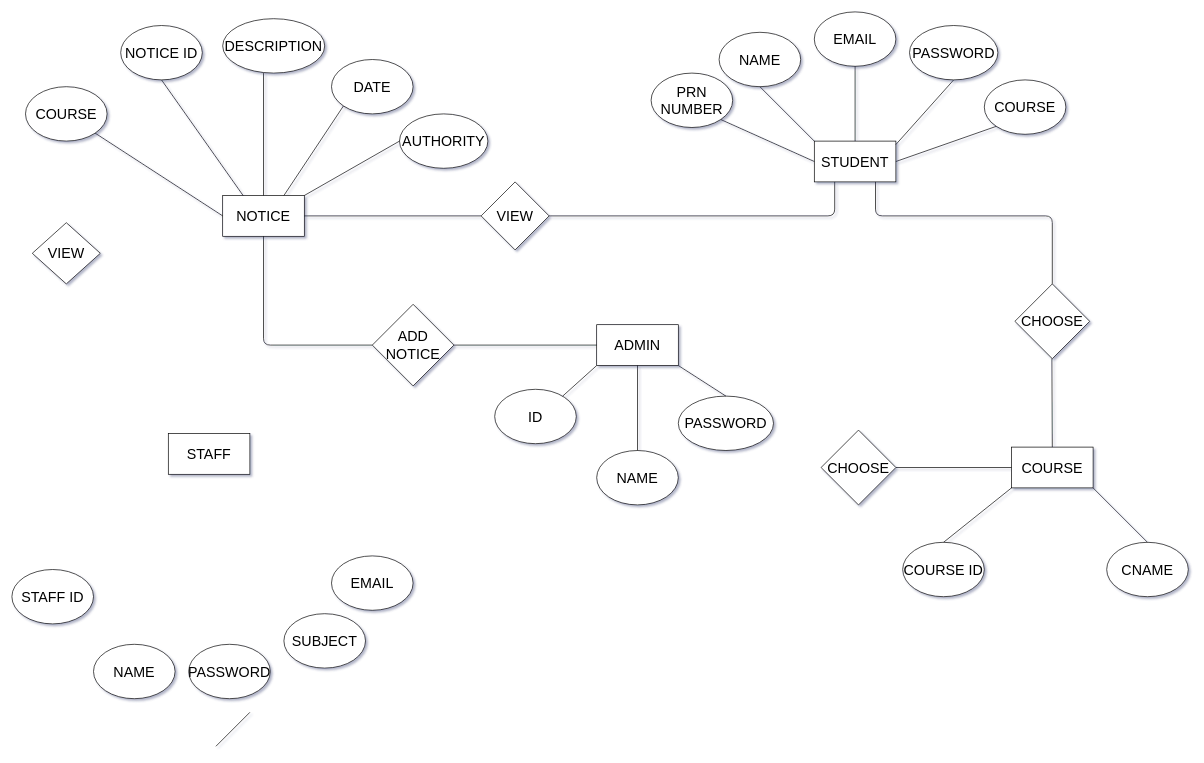
This is ER DIAGRAM.drawio from nikhil579/CDAC, a draw.io file, before an edit. Source tidied: cells renumbered, new cells numbered last; positions are measured from the earlier drawing's top-left corner, leaving out a move shared by most shapes. Both pictures are drawn from the tidied source at 68%, with x=0, y=0 at pixel (12, 12).
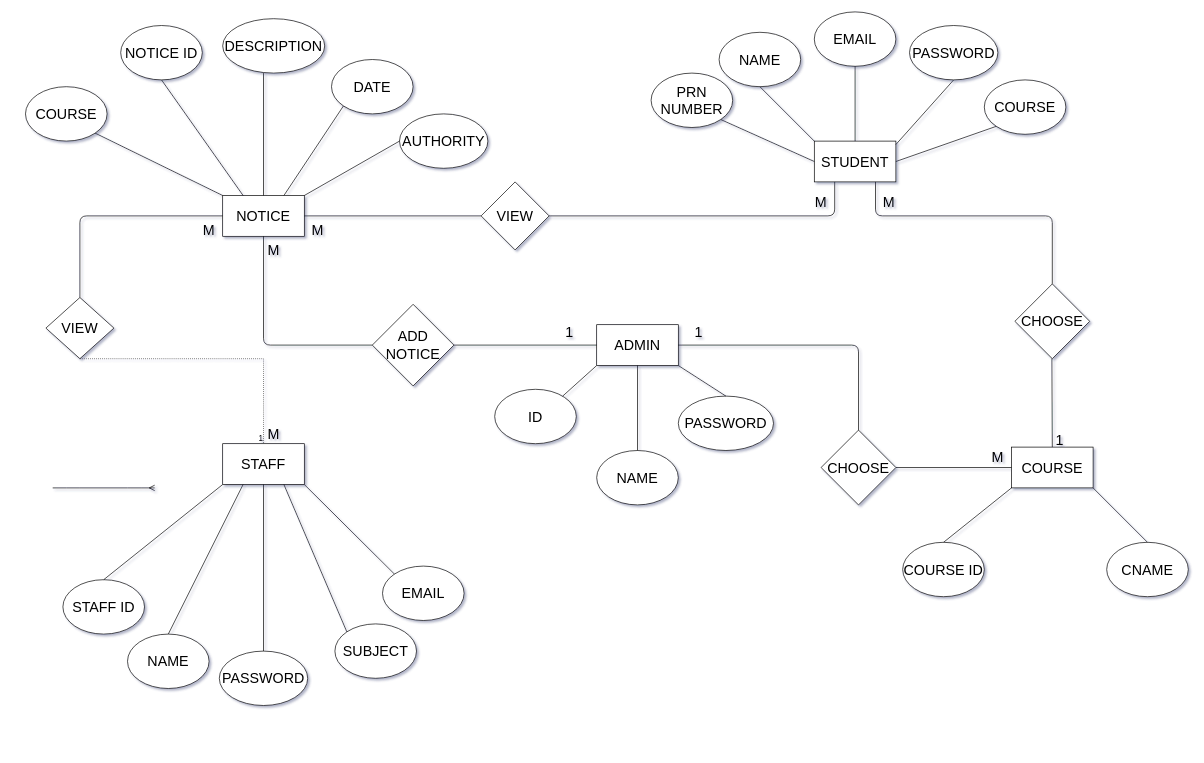
After the change.

Unchanged cells that the change refers to:
```xml
<mxCell id="2" value="NOTICE" style="rounded=0;whiteSpace=wrap;html=1;fontStyle=0;fontSize=21;" parent="1" vertex="1">
  <mxGeometry x="310" y="270" width="120" height="60" as="geometry" />
</mxCell>
<mxCell id="4" value="ADMIN" style="rounded=0;whiteSpace=wrap;html=1;fontSize=21;" parent="1" vertex="1">
  <mxGeometry x="860" y="460" width="120" height="60" as="geometry" />
</mxCell>
<mxCell id="7" value="COURSE" style="ellipse;whiteSpace=wrap;html=1;fontSize=21;" parent="1" vertex="1">
  <mxGeometry x="20" y="110" width="120" height="80" as="geometry" />
</mxCell>
<mxCell id="21" value="CHOOSE" style="rhombus;whiteSpace=wrap;html=1;fontSize=21;" parent="1" vertex="1">
  <mxGeometry x="1190" y="615" width="110" height="110" as="geometry" />
</mxCell>
```

Change to the diagram source:
```diff
@@
     <mxCell id="6" value="STAFF" style="rounded=0;whiteSpace=wrap;html=1;fontSize=21;" parent="1" vertex="1">
-      <mxGeometry x="230" y="620" width="120" height="60" as="geometry" />
+      <mxGeometry x="310" y="635" width="120" height="60" as="geometry" />
     </mxCell>
@@
     <mxCell id="11" value="VIEW" style="rhombus;whiteSpace=wrap;html=1;fontSize=21;" parent="1" vertex="1">
-      <mxGeometry x="30" y="310" width="100" height="90" as="geometry" />
+      <mxGeometry x="50" y="420" width="100" height="90" as="geometry" />
     </mxCell>
@@
     <mxCell id="25" value="NAME" style="ellipse;whiteSpace=wrap;html=1;fontSize=21;" parent="1" vertex="1">
-      <mxGeometry x="120" y="930" width="120" height="80" as="geometry" />
+      <mxGeometry x="170" y="915" width="120" height="80" as="geometry" />
     </mxCell>
     <mxCell id="26" value="STAFF ID" style="ellipse;whiteSpace=wrap;html=1;fontSize=21;" parent="1" vertex="1">
-      <mxGeometry y="820" width="120" height="80" as="geometry" />
+      <mxGeometry x="75" y="835" width="120" height="80" as="geometry" />
     </mxCell>
     <mxCell id="27" value="PASSWORD" style="ellipse;whiteSpace=wrap;html=1;fontSize=21;" parent="1" vertex="1">
-      <mxGeometry x="260" y="930" width="120" height="80" as="geometry" />
+      <mxGeometry x="305" y="940" width="130" height="80" as="geometry" />
     </mxCell>
     <mxCell id="28" value="SUBJECT" style="ellipse;whiteSpace=wrap;html=1;fontSize=21;" parent="1" vertex="1">
-      <mxGeometry x="400" y="885" width="120" height="80" as="geometry" />
+      <mxGeometry x="475" y="900" width="120" height="80" as="geometry" />
     </mxCell>
     <mxCell id="29" value="EMAIL" style="ellipse;whiteSpace=wrap;html=1;fontSize=21;" parent="1" vertex="1">
-      <mxGeometry x="470" y="800" width="120" height="80" as="geometry" />
+      <mxGeometry x="545" y="815" width="120" height="80" as="geometry" />
     </mxCell>
@@
-    <mxCell id="45" style="endArrow=none;html=1;fontSize=21;entryX=0;entryY=0.5;entryDx=0;entryDy=0;exitX=1;exitY=1;exitDx=0;exitDy=0;" parent="1" edge="1" source="7" target="2">
+    <mxCell id="45" style="endArrow=none;html=1;fontSize=21;entryX=0;entryY=0;entryDx=0;entryDy=0;exitX=1;exitY=1;exitDx=0;exitDy=0;" parent="1" edge="1" source="7" target="2">
       <mxGeometry relative="1" as="geometry" />
     </mxCell>
@@
-    <mxCell id="53" style="endArrow=none;html=1;fontSize=21;" parent="1" edge="1">
-      <mxGeometry relative="1" as="geometry">
-        <mxPoint x="300" y="1080" as="sourcePoint" />
-        <mxPoint x="350" y="1030" as="targetPoint" />
-      </mxGeometry>
-    </mxCell>
@@
+    <mxCell id="55" style="endArrow=none;html=1;fontSize=21;exitX=0.5;exitY=0;exitDx=0;exitDy=0;entryX=0;entryY=0.5;entryDx=0;entryDy=0;" parent="1" edge="1" source="11" target="2">
+      <mxGeometry relative="1" as="geometry">
+        <Array as="points">
+          <mxPoint x="100" y="300" />
+        </Array>
+      </mxGeometry>
+    </mxCell>
+    <mxCell id="56" style="endArrow=none;html=1;fontSize=21;entryX=0.5;entryY=0;entryDx=0;entryDy=0;exitX=0;exitY=1;exitDx=0;exitDy=0;" parent="1" edge="1" source="6" target="26">
+      <mxGeometry relative="1" as="geometry" />
+    </mxCell>
+    <mxCell id="57" style="endArrow=none;html=1;fontSize=21;exitX=0.25;exitY=1;exitDx=0;exitDy=0;entryX=0.5;entryY=0;entryDx=0;entryDy=0;" parent="1" edge="1" source="6" target="25">
+      <mxGeometry relative="1" as="geometry" />
+    </mxCell>
+    <mxCell id="58" style="endArrow=none;html=1;fontSize=21;exitX=0.5;exitY=1;exitDx=0;exitDy=0;entryX=0.5;entryY=0;entryDx=0;entryDy=0;" parent="1" edge="1" source="6" target="27">
+      <mxGeometry relative="1" as="geometry" />
+    </mxCell>
+    <mxCell id="59" style="endArrow=none;html=1;fontSize=21;exitX=0.75;exitY=1;exitDx=0;exitDy=0;entryX=0;entryY=0;entryDx=0;entryDy=0;" parent="1" edge="1" source="6" target="28">
+      <mxGeometry relative="1" as="geometry" />
+    </mxCell>
+    <mxCell id="60" style="endArrow=none;html=1;fontSize=21;exitX=1;exitY=1;exitDx=0;exitDy=0;entryX=0;entryY=0;entryDx=0;entryDy=0;" parent="1" edge="1" source="6" target="29">
+      <mxGeometry relative="1" as="geometry" />
+    </mxCell>
+    <mxCell id="61" value="1" style="text;html=1;strokeColor=none;fillColor=none;align=center;verticalAlign=middle;whiteSpace=wrap;rounded=0;fontSize=21;" parent="1" vertex="1">
+      <mxGeometry x="800" y="460" width="40" height="20" as="geometry" />
+    </mxCell>
+    <mxCell id="62" style="endArrow=none;html=1;fontSize=21;exitX=1;exitY=0.5;exitDx=0;exitDy=0;entryX=0.5;entryY=0;entryDx=0;entryDy=0;" parent="1" edge="1" source="4" target="21">
+      <mxGeometry relative="1" as="geometry">
+        <Array as="points">
+          <mxPoint x="1245" y="490" />
+        </Array>
+      </mxGeometry>
+    </mxCell>
+    <mxCell id="63" value="1" style="text;html=1;strokeColor=none;fillColor=none;align=center;verticalAlign=middle;whiteSpace=wrap;rounded=0;fontSize=21;" parent="1" vertex="1">
+      <mxGeometry x="990" y="460" width="40" height="20" as="geometry" />
+    </mxCell>
+    <mxCell id="64" value="M" style="text;html=1;strokeColor=none;fillColor=none;align=center;verticalAlign=middle;whiteSpace=wrap;rounded=0;fontSize=21;" parent="1" vertex="1">
+      <mxGeometry x="1430" y="645" width="40" height="20" as="geometry" />
+    </mxCell>
+    <mxCell id="65" value="1" style="text;html=1;strokeColor=none;fillColor=none;align=center;verticalAlign=middle;whiteSpace=wrap;rounded=0;fontSize=21;" parent="1" vertex="1">
+      <mxGeometry x="1521.4" y="620" width="40" height="20" as="geometry" />
+    </mxCell>
+    <mxCell id="66" value="M" style="text;html=1;strokeColor=none;fillColor=none;align=center;verticalAlign=middle;whiteSpace=wrap;rounded=0;fontSize=21;" parent="1" vertex="1">
+      <mxGeometry x="1270" y="270" width="40" height="20" as="geometry" />
+    </mxCell>
+    <mxCell id="67" value="M" style="text;html=1;strokeColor=none;fillColor=none;align=center;verticalAlign=middle;whiteSpace=wrap;rounded=0;fontSize=21;" parent="1" vertex="1">
+      <mxGeometry x="1169.8" y="270" width="40" height="20" as="geometry" />
+    </mxCell>
+    <mxCell id="68" value="M" style="text;html=1;strokeColor=none;fillColor=none;align=center;verticalAlign=middle;whiteSpace=wrap;rounded=0;fontSize=21;" parent="1" vertex="1">
+      <mxGeometry x="430" y="310" width="40" height="20" as="geometry" />
+    </mxCell>
+    <mxCell id="69" value="M" style="text;html=1;strokeColor=none;fillColor=none;align=center;verticalAlign=middle;whiteSpace=wrap;rounded=0;fontSize=21;" parent="1" vertex="1">
+      <mxGeometry x="365" y="340" width="40" height="20" as="geometry" />
+    </mxCell>
+    <mxCell id="70" value="M" style="text;html=1;strokeColor=none;fillColor=none;align=center;verticalAlign=middle;whiteSpace=wrap;rounded=0;fontSize=21;" parent="1" vertex="1">
+      <mxGeometry x="270" y="310" width="40" height="20" as="geometry" />
+    </mxCell>
+    <mxCell id="71" value="M" style="text;html=1;strokeColor=none;fillColor=none;align=center;verticalAlign=middle;whiteSpace=wrap;rounded=0;fontSize=21;" parent="1" vertex="1">
+      <mxGeometry x="365" y="610" width="40" height="20" as="geometry" />
+    </mxCell>
+    <mxCell id="72" style="endArrow=none;html=1;rounded=0;dashed=1;dashPattern=1 2;fontSize=21;entryX=0.5;entryY=0;entryDx=0;entryDy=0;exitX=0.5;exitY=1;exitDx=0;exitDy=0;" parent="1" edge="1" source="11" target="6">
+      <mxGeometry relative="1" as="geometry">
+        <Array as="points">
+          <mxPoint x="370" y="510" />
+        </Array>
+      </mxGeometry>
+    </mxCell>
+    <mxCell id="73" value="1" style="html=1;align=right;verticalAlign=bottom;" parent="72" vertex="1">
+      <mxGeometry x="1" relative="1" as="geometry" />
+    </mxCell>
+    <mxCell id="74" style="edgeStyle=entityRelationEdgeStyle;fontSize=12;html=1;endArrow=ERmany;" parent="1" edge="1">
+      <mxGeometry relative="1" as="geometry">
+        <mxPoint x="60" y="700" as="sourcePoint" />
+        <mxPoint x="210" y="700" as="targetPoint" />
+      </mxGeometry>
+    </mxCell>
```
